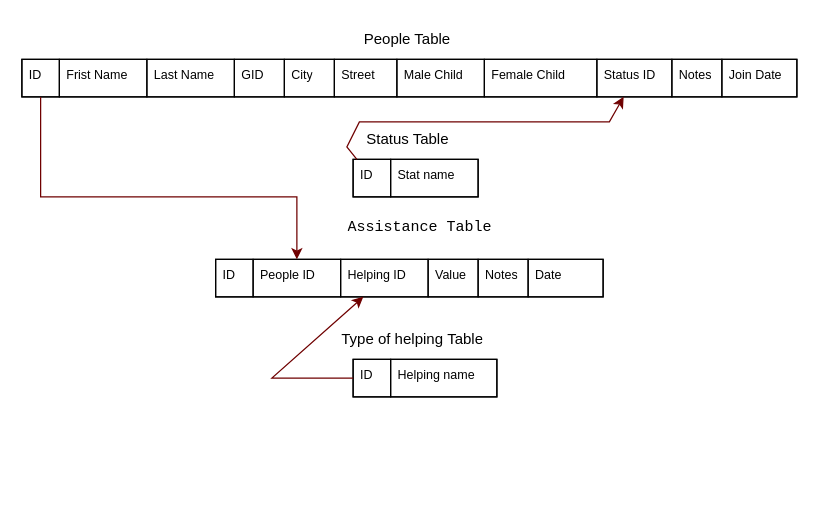
Above: DataBase/kherko Mapping.drawio in Mo-Ahmed-Ah/Java_Project (draw.io), before the change. Source tidied: cells renumbered, new cells numbered last; positions are measured from the earlier drawing's top-left corner, leaving out a move shared by most shapes. Both pictures are drawn from the tidied source at 125%, with x=0, y=0 at pixel (21, 21).
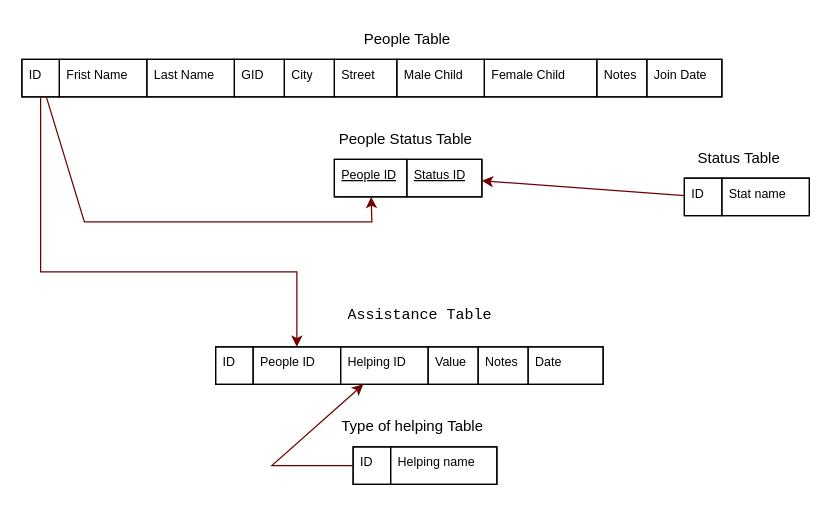
After the change.

Commit message (it also covers changes not shown here):
1- Delete test branch 2- Update mapping and ERD 3- Update sql code

Unchanged cells that the change refers to:
```xml
<mxCell id="3" value="ID" style="text;strokeColor=default;fillColor=none;spacingLeft=4;spacingRight=4;overflow=hidden;points=[[0,0.5],[1,0.5]];portConstraint=eastwest;fontSize=10;whiteSpace=wrap;html=1;" parent="1" vertex="1">
  <mxGeometry y="30" width="30" height="30" as="geometry" />
</mxCell>
```

Diff of the diagram source:
```diff
@@
     <mxCell id="2" style="rounded=0;whiteSpace=wrap;html=1;fontSize=10;" parent="1" vertex="1">
-      <mxGeometry y="30" width="620" height="30" as="geometry" />
+      <mxGeometry y="30" width="560" height="30" as="geometry" />
     </mxCell>
@@
-    <mxCell id="11" value="Status ID" style="text;strokeColor=default;fillColor=none;spacingLeft=4;spacingRight=4;overflow=hidden;points=[[0,0.5],[1,0.5]];portConstraint=eastwest;fontSize=10;whiteSpace=wrap;html=1;" parent="1" vertex="1">
-      <mxGeometry x="460" y="30" width="60" height="30" as="geometry" />
-    </mxCell>
     <mxCell id="12" value="Notes" style="text;strokeColor=default;fillColor=none;spacingLeft=4;spacingRight=4;overflow=hidden;fontSize=10;whiteSpace=wrap;html=1;" parent="1" vertex="1">
-      <mxGeometry x="520" y="30" width="40" height="30" as="geometry" />
+      <mxGeometry x="460" y="30" width="40" height="30" as="geometry" />
     </mxCell>
     <mxCell id="13" value="Join Date" style="text;strokeColor=default;fillColor=none;spacingLeft=4;spacingRight=4;overflow=hidden;fontSize=10;whiteSpace=wrap;html=1;" parent="1" vertex="1">
-      <mxGeometry x="560" y="30" width="60" height="30" as="geometry" />
+      <mxGeometry x="500" y="30" width="60" height="30" as="geometry" />
     </mxCell>
@@
     <mxCell id="15" style="rounded=0;whiteSpace=wrap;html=1;fontSize=10;" parent="1" vertex="1">
-      <mxGeometry x="265" y="110" width="100" height="30" as="geometry" />
+      <mxGeometry x="530" y="125" width="100" height="30" as="geometry" />
     </mxCell>
     <mxCell id="16" value="ID" style="text;strokeColor=default;fillColor=none;spacingLeft=4;spacingRight=4;overflow=hidden;points=[[0,0.5],[1,0.5]];portConstraint=eastwest;fontSize=10;whiteSpace=wrap;html=1;" parent="1" vertex="1">
-      <mxGeometry x="265" y="110" width="30" height="30" as="geometry" />
+      <mxGeometry x="530" y="125" width="30" height="30" as="geometry" />
     </mxCell>
     <mxCell id="17" value="Stat name" style="text;strokeColor=default;fillColor=none;spacingLeft=4;spacingRight=4;overflow=hidden;fontSize=10;whiteSpace=wrap;html=1;" parent="1" vertex="1">
-      <mxGeometry x="295" y="110" width="70" height="30" as="geometry" />
+      <mxGeometry x="560" y="125" width="70" height="30" as="geometry" />
     </mxCell>
     <mxCell id="18" value="Status Table" style="text;strokeColor=none;fillColor=none;spacingLeft=4;spacingRight=4;overflow=hidden;fontSize=12;whiteSpace=wrap;html=1;" parent="1" vertex="1">
-      <mxGeometry x="270" y="80" width="95" height="30" as="geometry" />
+      <mxGeometry x="535" y="95" width="95" height="30" as="geometry" />
     </mxCell>
-    <mxCell id="19" style="endArrow=classic;html=1;rounded=0;fontColor=#FF3838;fillColor=#a20025;strokeColor=#6F0000;" parent="1" edge="1" source="16" target="11">
-      <mxGeometry relative="1" as="geometry">
-        <Array as="points">
-          <mxPoint x="260" y="100" />
-          <mxPoint x="270" y="80" />
-          <mxPoint x="380" y="80" />
-          <mxPoint x="470" y="80" />
-        </Array>
-      </mxGeometry>
-    </mxCell>
     <mxCell id="20" style="rounded=0;whiteSpace=wrap;html=1;fontSize=10;" parent="1" vertex="1">
-      <mxGeometry x="155" y="190" width="310" height="30" as="geometry" />
+      <mxGeometry x="155" y="260" width="310" height="30" as="geometry" />
     </mxCell>
     <mxCell id="21" value="ID" style="text;strokeColor=default;fillColor=none;spacingLeft=4;spacingRight=4;overflow=hidden;fontSize=10;whiteSpace=wrap;html=1;" parent="1" vertex="1">
-      <mxGeometry x="155" y="190" width="30" height="30" as="geometry" />
+      <mxGeometry x="155" y="260" width="30" height="30" as="geometry" />
     </mxCell>
     <mxCell id="22" value="People ID" style="text;strokeColor=default;fillColor=none;spacingLeft=4;spacingRight=4;overflow=hidden;points=[[0,0.5],[1,0.5]];portConstraint=eastwest;fontSize=10;whiteSpace=wrap;html=1;" parent="1" vertex="1">
-      <mxGeometry x="185" y="190" width="70" height="30" as="geometry" />
+      <mxGeometry x="185" y="260" width="70" height="30" as="geometry" />
     </mxCell>
     <mxCell id="23" value="Helping ID" style="text;strokeColor=default;fillColor=none;spacingLeft=4;spacingRight=4;overflow=hidden;points=[[0,0.5],[1,0.5]];portConstraint=eastwest;fontSize=10;whiteSpace=wrap;html=1;" parent="1" vertex="1">
-      <mxGeometry x="255" y="190" width="70" height="30" as="geometry" />
+      <mxGeometry x="255" y="260" width="70" height="30" as="geometry" />
     </mxCell>
     <mxCell id="24" value="Value" style="text;strokeColor=default;fillColor=none;spacingLeft=4;spacingRight=4;overflow=hidden;fontSize=10;whiteSpace=wrap;html=1;" parent="1" vertex="1">
-      <mxGeometry x="325" y="190" width="40" height="30" as="geometry" />
+      <mxGeometry x="325" y="260" width="40" height="30" as="geometry" />
     </mxCell>
     <mxCell id="25" value="Notes" style="text;strokeColor=default;fillColor=none;spacingLeft=4;spacingRight=4;overflow=hidden;fontSize=10;whiteSpace=wrap;html=1;" parent="1" vertex="1">
-      <mxGeometry x="365" y="190" width="40" height="30" as="geometry" />
+      <mxGeometry x="365" y="260" width="40" height="30" as="geometry" />
     </mxCell>
     <mxCell id="26" value="Date" style="text;strokeColor=default;fillColor=none;spacingLeft=4;spacingRight=4;overflow=hidden;fontSize=10;whiteSpace=wrap;html=1;" parent="1" vertex="1">
-      <mxGeometry x="405" y="190" width="60" height="30" as="geometry" />
+      <mxGeometry x="405" y="260" width="60" height="30" as="geometry" />
     </mxCell>
     <mxCell id="27" value="&lt;code&gt;Assistance Table&lt;/code&gt;" style="text;spacingLeft=4;spacingRight=4;overflow=hidden;fontSize=12;whiteSpace=wrap;html=1;fontFamily=Helvetica;" parent="1" vertex="1">
-      <mxGeometry x="255" y="150" width="130" height="30" as="geometry" />
+      <mxGeometry x="255" y="220" width="130" height="30" as="geometry" />
     </mxCell>
     <mxCell id="28" style="endArrow=classic;html=1;rounded=0;fillColor=#a20025;strokeColor=#6F0000;" parent="1" edge="1" source="3" target="22">
       <mxGeometry relative="1" as="geometry">
         <Array as="points">
-          <mxPoint x="15" y="140" />
-          <mxPoint x="220" y="140" />
+          <mxPoint x="15" y="200" />
+          <mxPoint x="220" y="200" />
         </Array>
       </mxGeometry>
     </mxCell>
     <mxCell id="29" style="rounded=0;whiteSpace=wrap;html=1;fontSize=10;" parent="1" vertex="1">
-      <mxGeometry x="265" y="270" width="115" height="30" as="geometry" />
+      <mxGeometry x="265" y="340" width="115" height="30" as="geometry" />
     </mxCell>
     <mxCell id="30" value="ID" style="text;strokeColor=default;fillColor=none;spacingLeft=4;spacingRight=4;overflow=hidden;points=[[0,0.5],[1,0.5]];portConstraint=eastwest;fontSize=10;whiteSpace=wrap;html=1;" parent="1" vertex="1">
-      <mxGeometry x="265" y="270" width="30" height="30" as="geometry" />
+      <mxGeometry x="265" y="340" width="30" height="30" as="geometry" />
     </mxCell>
     <mxCell id="31" value="Helping name" style="text;strokeColor=default;fillColor=none;spacingLeft=4;spacingRight=4;overflow=hidden;fontSize=10;whiteSpace=wrap;html=1;" parent="1" vertex="1">
-      <mxGeometry x="295" y="270" width="85" height="30" as="geometry" />
+      <mxGeometry x="295" y="340" width="85" height="30" as="geometry" />
     </mxCell>
     <mxCell id="32" value="&lt;span style=&quot;text-align: center;&quot;&gt;Type of helping&lt;/span&gt;&amp;nbsp;Table" style="text;strokeColor=none;fillColor=none;spacingLeft=4;spacingRight=4;overflow=hidden;fontSize=12;whiteSpace=wrap;html=1;" parent="1" vertex="1">
-      <mxGeometry x="250" y="240" width="130" height="30" as="geometry" />
+      <mxGeometry x="250" y="310" width="130" height="30" as="geometry" />
     </mxCell>
     <mxCell id="33" style="endArrow=classic;html=1;rounded=0;fillColor=#a20025;strokeColor=#6F0000;" parent="1" edge="1" source="30" target="23">
       <mxGeometry relative="1" as="geometry">
         <Array as="points">
-          <mxPoint x="200" y="285" />
+          <mxPoint x="200" y="355" />
         </Array>
       </mxGeometry>
     </mxCell>
+    <mxCell id="34" style="rounded=0;whiteSpace=wrap;html=1;fontSize=10;" parent="1" vertex="1">
+      <mxGeometry x="250" y="110" width="118" height="30" as="geometry" />
+    </mxCell>
+    <mxCell id="35" value="People ID" style="text;strokeColor=default;fillColor=none;spacingLeft=4;spacingRight=4;overflow=hidden;points=[[0,0.5],[1,0.5]];portConstraint=eastwest;fontSize=10;whiteSpace=wrap;html=1;fontStyle=4;" parent="1" vertex="1">
+      <mxGeometry x="250" y="110" width="58" height="30" as="geometry" />
+    </mxCell>
+    <mxCell id="36" value="People Status Table" style="text;strokeColor=none;fillColor=none;spacingLeft=4;spacingRight=4;overflow=hidden;fontSize=12;whiteSpace=wrap;html=1;" parent="1" vertex="1">
+      <mxGeometry x="248" y="80" width="120" height="30" as="geometry" />
+    </mxCell>
+    <mxCell id="11" value="Status ID" style="text;strokeColor=default;fillColor=none;spacingLeft=4;spacingRight=4;overflow=hidden;points=[[0,0.5],[1,0.5]];portConstraint=eastwest;fontSize=10;whiteSpace=wrap;html=1;fontStyle=4;" parent="1" vertex="1">
+      <mxGeometry x="308" y="110" width="60" height="30" as="geometry" />
+    </mxCell>
+    <mxCell id="37" style="endArrow=classic;html=1;rounded=0;fillColor=#a20025;strokeColor=#6F0000;" parent="1" edge="1" source="3" target="35">
+      <mxGeometry relative="1" as="geometry">
+        <Array as="points">
+          <mxPoint x="50" y="160" />
+          <mxPoint x="240" y="160" />
+          <mxPoint x="280" y="160" />
+        </Array>
+      </mxGeometry>
+    </mxCell>
+    <mxCell id="19" style="endArrow=classic;html=1;rounded=0;fillColor=#a20025;strokeColor=#6F0000;" parent="1" edge="1" source="16" target="11">
+      <mxGeometry relative="1" as="geometry" />
+    </mxCell>
```
